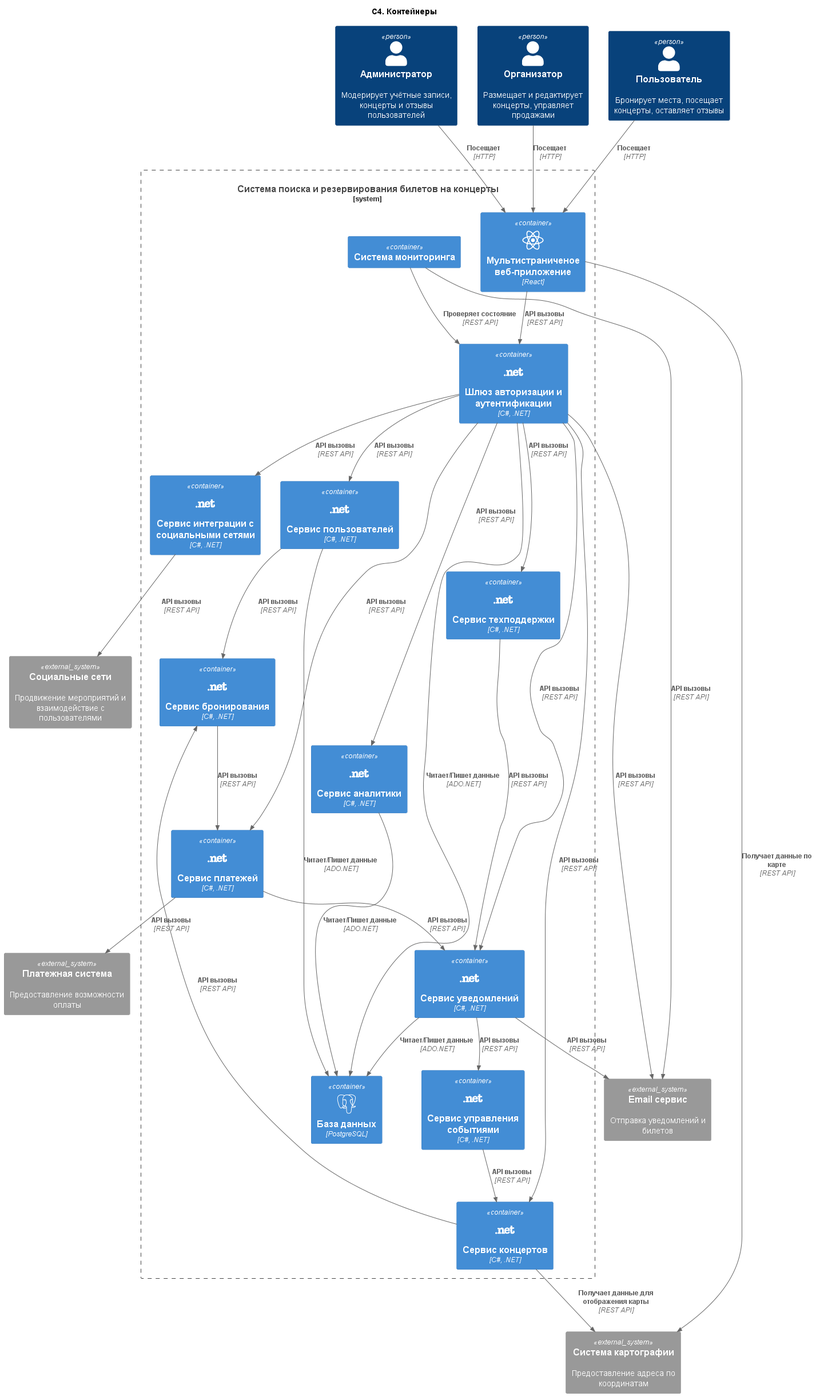
The PlantUML diagram out/2. Технический проект/2_container/C4. Контейнеры.png in amfunNylord/rtpo, before a commit. The source it was exported from:
```plantuml
@startuml C4. Контейнеры

title C4. Контейнеры

!define C4P https://raw.githubusercontent.com/plantuml-stdlib/C4-PlantUML/master
!$ICONURL = "https://raw.githubusercontent.com/tupadr3/plantuml-icon-font-sprites/v3.0.0/icons"
!include $ICONURL/devicons/react.puml
!include $ICONURL/devicons/postgresql.puml
!include $ICONURL/devicons/netmagazine.puml

!includeurl C4P/C4_Container.puml

Person(admin, "Администратор", "Модерирует учётные записи, концерты и отзывы пользователей")
Person(organizer, "Организатор", "Размещает и редактирует концерты, управляет продажами")
Person(user, "Пользователь", "Бронирует места, посещает концерты, оставляет отзывы")

System_Boundary(concert_system, "Система поиска и резервирования билетов на концерты") {
    Container(web_app, "Мультистраниченое веб-приложение", "React", "", $sprite="react")
    Container(database, "База данных", "PostgreSQL", "", $sprite="postgresql")
    Container(user_service, "Сервис пользователей", "C#, .NET", "", $sprite="netmagazine")
    Container(concert_service, "Сервис концертов", "C#, .NET", "", $sprite="netmagazine")
    Container(booking_service, "Сервис бронирования", "C#, .NET", "", $sprite="netmagazine")
    Container(payment_service, "Сервис платежей", "C#, .NET", "", $sprite="netmagazine")
    Container(notification_service, "Сервис уведомлений", "C#, .NET", "", $sprite="netmagazine")
    Container(analytics_service, "Сервис аналитики", "C#, .NET", "", $sprite="netmagazine")
    Container(event_management_service, "Сервис управления событиями", "C#, .NET", "", $sprite="netmagazine")
    Container(social_integration_service, "Сервис интеграции с социальными сетями", "C#, .NET", "", $sprite="netmagazine")
    Container(auth_service, "Шлюз авторизации и аутентификации", "C#, .NET", "", $sprite="netmagazine")
    Container(monitoring, "Система мониторинга")
    Container(support_service, "Сервис техподдержки", "C#, .NET", "", $sprite="netmagazine")
}

System_Ext(payment_system, "Платежная система", "Предоставление возможности оплаты")
System_Ext(map_system, "Система картографии", "Предоставление адреса по координатам")
System_Ext(email_system, "Email сервис", "Отправка уведомлений и билетов")
System_Ext(socials_system, "Социальные сети", "Продвижение мероприятий и взаимодействие с пользователями")

Rel(admin, web_app, "Посещает", "HTTP")
Rel(organizer, web_app, "Посещает", "HTTP")
Rel(user, web_app, "Посещает", "HTTP")

Rel(web_app, auth_service, "API вызовы", "REST API")
Rel(web_app, map_system, "Получает данные по карте", "REST API")

Rel(auth_service, user_service, "API вызовы", "REST API")
Rel(auth_service, payment_service, "API вызовы", "REST API")
Rel(auth_service, notification_service, "API вызовы", "REST API")
Rel(auth_service, analytics_service, "API вызовы", "REST API")
Rel(auth_service, concert_service, "API вызовы", "REST API")
Rel(auth_service, support_service, "API вызовы", "REST API")
Rel(auth_service, social_integration_service, "API вызовы", "REST API")
Rel(auth_service, database, "Читает/Пишет данные", "ADO.NET")
Rel(auth_service, email_system, "API вызовы", "REST API")

Rel(analytics_service, database, "Читает/Пишет данные", "ADO.NET")

Rel(notification_service, database, "Читает/Пишет данные", "ADO.NET")
Rel(notification_service, email_system, "API вызовы", "REST API")
Rel(notification_service, event_management_service, "API вызовы", "REST API")

Rel(user_service, database, "Читает/Пишет данные", "ADO.NET")
Rel(user_service, booking_service, "API вызовы", "REST API")

Rel(concert_service, booking_service, "API вызовы", "REST API")
Rel(concert_service, map_system, "Получает данные для отображения карты", "REST API")

Rel(booking_service, payment_service, "API вызовы", "REST API")

Rel(payment_service, payment_system, "API вызовы", "REST API")
Rel(payment_service, notification_service, "API вызовы", "REST API")

Rel(social_integration_service, socials_system, "API вызовы", "REST API")

Rel(monitoring, auth_service, "Проверяет состояние", "REST API")
Rel(monitoring, email_system, "API вызовы", "REST API")

Rel(event_management_service, concert_service, "API вызовы", "REST API")
Rel(support_service, notification_service, "API вызовы", "REST API")

@enduml
```
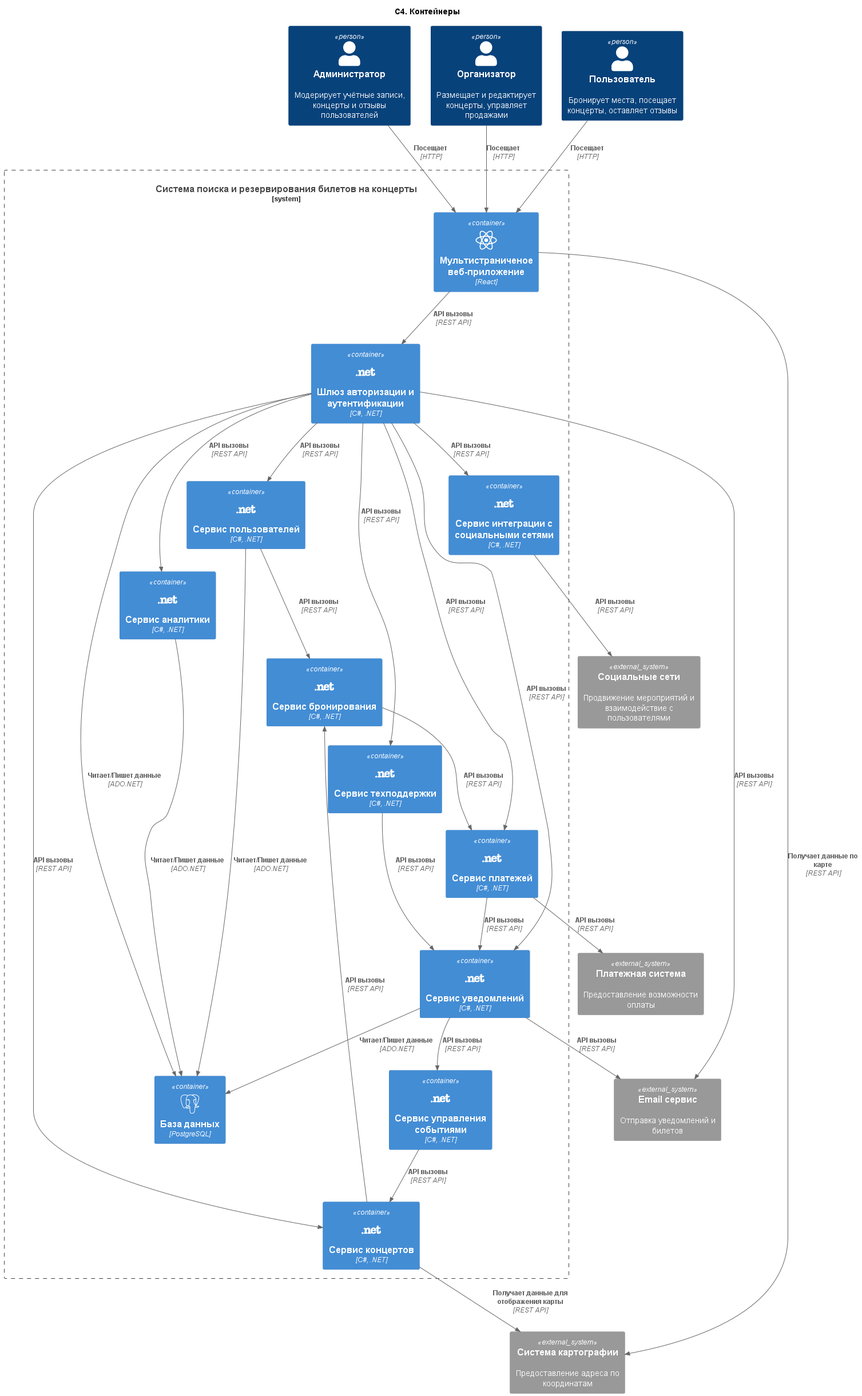
After the change.

What changed in the source:
```diff
@@ -26,7 +26,6 @@
     Container(event_management_service, "Сервис управления событиями", "C#, .NET", "", $sprite="netmagazine")
     Container(social_integration_service, "Сервис интеграции с социальными сетями", "C#, .NET", "", $sprite="netmagazine")
     Container(auth_service, "Шлюз авторизации и аутентификации", "C#, .NET", "", $sprite="netmagazine")
-    Container(monitoring, "Система мониторинга")
     Container(support_service, "Сервис техподдержки", "C#, .NET", "", $sprite="netmagazine")
 }
 
@@ -71,9 +70,6 @@
 
 Rel(social_integration_service, socials_system, "API вызовы", "REST API")
 
-Rel(monitoring, auth_service, "Проверяет состояние", "REST API")
-Rel(monitoring, email_system, "API вызовы", "REST API")
-
 Rel(event_management_service, concert_service, "API вызовы", "REST API")
 Rel(support_service, notification_service, "API вызовы", "REST API")
 
```
